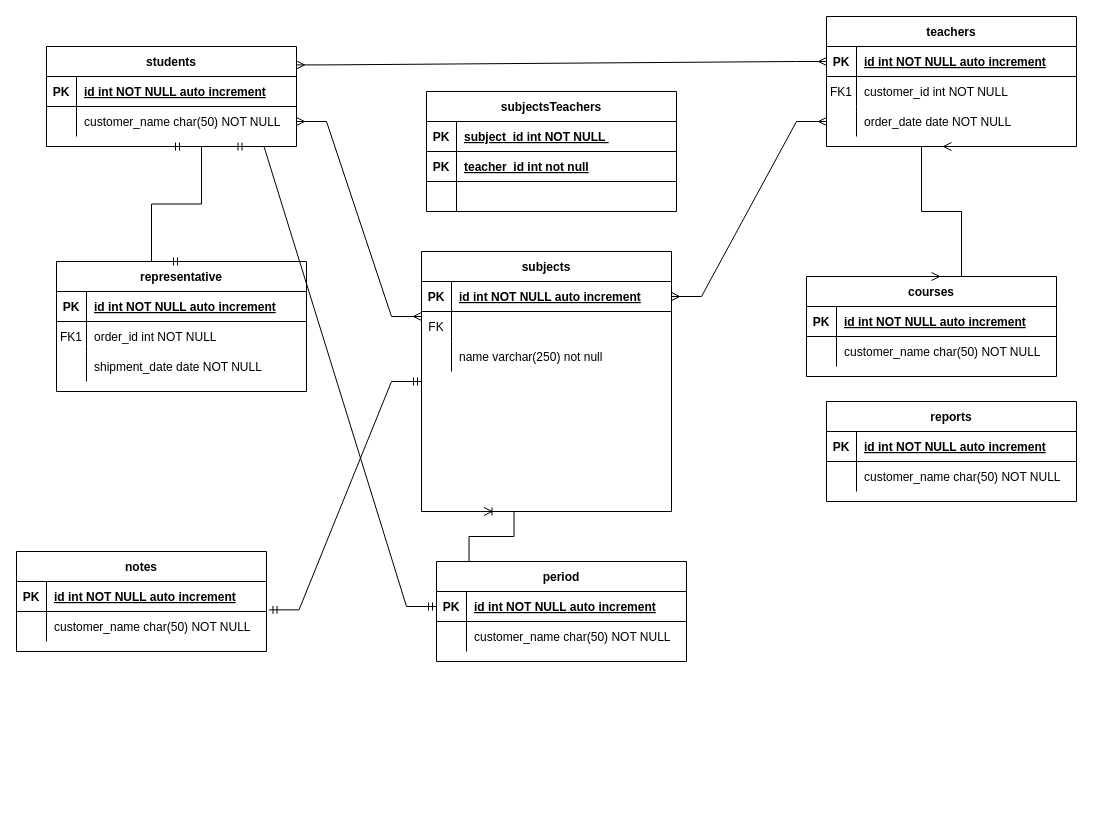
Before: Diagrama sin título.drawio in Fernando-Zhunio/gestion-registro, a draw.io diagram. Source tidied: cells renumbered, new cells numbered last; positions are measured from the earlier drawing's top-left corner, leaving out a move shared by most shapes. Both pictures are drawn from the tidied source at 100%, with x=0, y=0 at pixel (16, 16).
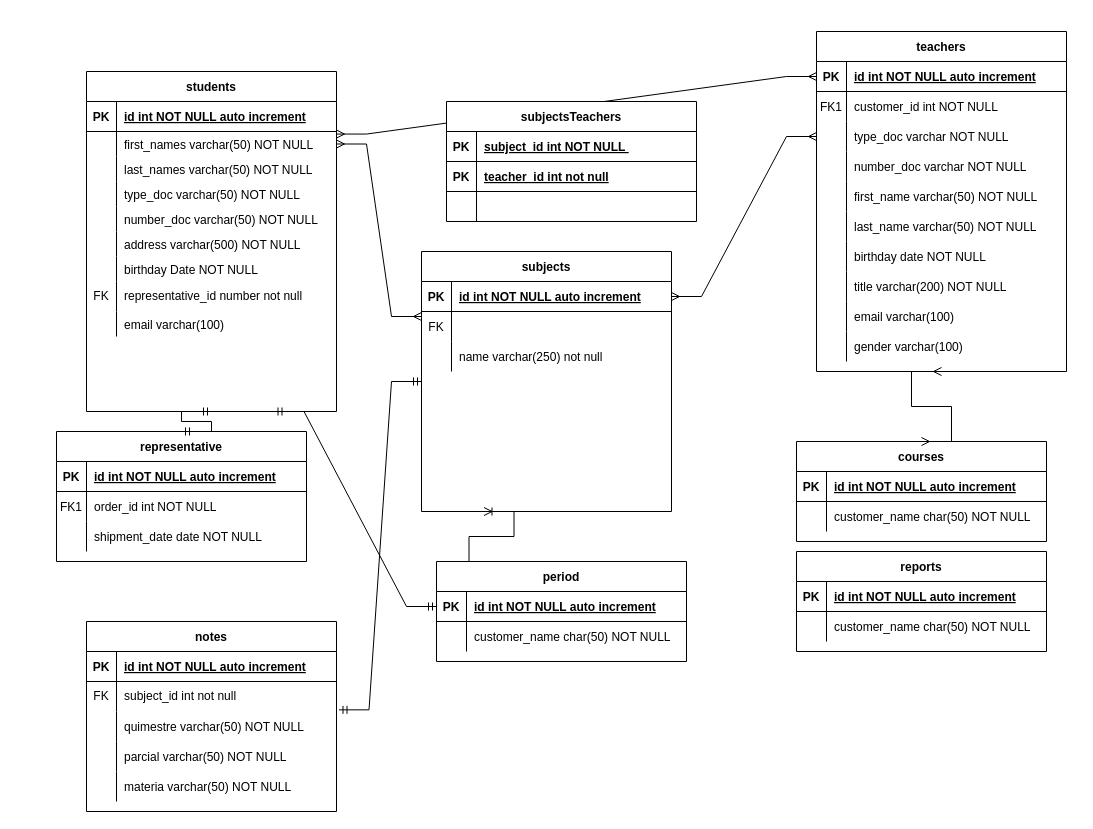
After the change.

The change refers to these unchanged cells:
```xml
<mxCell id="9" style="shape=partialRectangle;fillColor=none;points=[[0,0.5],[1,0.5]];portConstraint=eastwest;top=0;left=0;right=0;bottom=0;" parent="2" vertex="1">
  <mxGeometry y="90" width="250" height="30" as="geometry" />
</mxCell>
```

Change to the diagram source:
```diff
@@
     <mxCell id="2" value="teachers" style="shape=table;startSize=30;childLayout=tableLayout;rowLines=0;fontStyle=1;align=center;" parent="1" vertex="1">
-      <mxGeometry x="810" width="250" height="130" as="geometry" />
+      <mxGeometry x="800" y="15" width="250" height="340" as="geometry" />
     </mxCell>
@@
-    <mxCell id="11" value="order_date date NOT NULL" style="shape=partialRectangle;overflow=hidden;fillColor=none;top=0;left=0;bottom=0;right=0;align=left;spacingLeft=6;" parent="9" vertex="1">
+    <mxCell id="11" value="type_doc varchar NOT NULL" style="shape=partialRectangle;overflow=hidden;fillColor=none;top=0;left=0;bottom=0;right=0;align=left;spacingLeft=6;" parent="9" vertex="1">
       <mxGeometry x="30" width="220" height="30" as="geometry" />
     </mxCell>
+    <mxCell id="85" style="shape=partialRectangle;fillColor=none;top=0;left=0;right=0;bottom=0;" parent="2" vertex="1">
+      <mxGeometry y="120" width="250" height="30" as="geometry" />
+    </mxCell>
+    <mxCell id="86" style="shape=partialRectangle;overflow=hidden;fillColor=none;top=0;left=0;bottom=0;right=0;" parent="85" vertex="1">
+      <mxGeometry width="30" height="30" as="geometry" />
+    </mxCell>
+    <mxCell id="87" value="number_doc varchar NOT NULL" style="shape=partialRectangle;overflow=hidden;fillColor=none;top=0;left=0;bottom=0;right=0;align=left;spacingLeft=6;" parent="85" vertex="1">
+      <mxGeometry x="30" width="220" height="30" as="geometry" />
+    </mxCell>
+    <mxCell id="88" style="shape=partialRectangle;fillColor=none;top=0;left=0;right=0;bottom=0;" parent="2" vertex="1">
+      <mxGeometry y="150" width="250" height="30" as="geometry" />
+    </mxCell>
+    <mxCell id="89" style="shape=partialRectangle;overflow=hidden;fillColor=none;top=0;left=0;bottom=0;right=0;" parent="88" vertex="1">
+      <mxGeometry width="30" height="30" as="geometry" />
+    </mxCell>
+    <mxCell id="90" value="first_name varchar(50) NOT NULL" style="shape=partialRectangle;overflow=hidden;fillColor=none;top=0;left=0;bottom=0;right=0;align=left;spacingLeft=6;" parent="88" vertex="1">
+      <mxGeometry x="30" width="220" height="30" as="geometry" />
+    </mxCell>
+    <mxCell id="91" style="shape=partialRectangle;fillColor=none;top=0;left=0;right=0;bottom=0;" parent="2" vertex="1">
+      <mxGeometry y="180" width="250" height="30" as="geometry" />
+    </mxCell>
+    <mxCell id="92" style="shape=partialRectangle;overflow=hidden;fillColor=none;top=0;left=0;bottom=0;right=0;" parent="91" vertex="1">
+      <mxGeometry width="30" height="30" as="geometry" />
+    </mxCell>
+    <mxCell id="93" value="last_name varchar(50) NOT NULL" style="shape=partialRectangle;overflow=hidden;fillColor=none;top=0;left=0;bottom=0;right=0;align=left;spacingLeft=6;" parent="91" vertex="1">
+      <mxGeometry x="30" width="220" height="30" as="geometry" />
+    </mxCell>
+    <mxCell id="94" style="shape=partialRectangle;fillColor=none;top=0;left=0;right=0;bottom=0;" parent="2" vertex="1">
+      <mxGeometry y="210" width="250" height="30" as="geometry" />
+    </mxCell>
+    <mxCell id="95" style="shape=partialRectangle;overflow=hidden;fillColor=none;top=0;left=0;bottom=0;right=0;" parent="94" vertex="1">
+      <mxGeometry width="30" height="30" as="geometry" />
+    </mxCell>
+    <mxCell id="96" value="birthday date NOT NULL" style="shape=partialRectangle;overflow=hidden;fillColor=none;top=0;left=0;bottom=0;right=0;align=left;spacingLeft=6;" parent="94" vertex="1">
+      <mxGeometry x="30" width="220" height="30" as="geometry" />
+    </mxCell>
+    <mxCell id="97" style="shape=partialRectangle;fillColor=none;top=0;left=0;right=0;bottom=0;" parent="2" vertex="1">
+      <mxGeometry y="240" width="250" height="30" as="geometry" />
+    </mxCell>
+    <mxCell id="98" style="shape=partialRectangle;overflow=hidden;fillColor=none;top=0;left=0;bottom=0;right=0;" parent="97" vertex="1">
+      <mxGeometry width="30" height="30" as="geometry" />
+    </mxCell>
+    <mxCell id="99" value="title varchar(200) NOT NULL" style="shape=partialRectangle;overflow=hidden;fillColor=none;top=0;left=0;bottom=0;right=0;align=left;spacingLeft=6;" parent="97" vertex="1">
+      <mxGeometry x="30" width="220" height="30" as="geometry" />
+    </mxCell>
+    <mxCell id="100" style="shape=partialRectangle;fillColor=none;top=0;left=0;right=0;bottom=0;" parent="2" vertex="1">
+      <mxGeometry y="270" width="250" height="30" as="geometry" />
+    </mxCell>
+    <mxCell id="101" style="shape=partialRectangle;overflow=hidden;fillColor=none;top=0;left=0;bottom=0;right=0;" parent="100" vertex="1">
+      <mxGeometry width="30" height="30" as="geometry" />
+    </mxCell>
+    <mxCell id="102" value="email varchar(100)" style="shape=partialRectangle;overflow=hidden;fillColor=none;top=0;left=0;bottom=0;right=0;align=left;spacingLeft=6;" parent="100" vertex="1">
+      <mxGeometry x="30" width="220" height="30" as="geometry" />
+    </mxCell>
+    <mxCell id="103" style="shape=partialRectangle;fillColor=none;top=0;left=0;right=0;bottom=0;" parent="2" vertex="1">
+      <mxGeometry y="300" width="250" height="30" as="geometry" />
+    </mxCell>
+    <mxCell id="104" style="shape=partialRectangle;overflow=hidden;fillColor=none;top=0;left=0;bottom=0;right=0;" parent="103" vertex="1">
+      <mxGeometry width="30" height="30" as="geometry" />
+    </mxCell>
+    <mxCell id="105" value="gender varchar(100)" style="shape=partialRectangle;overflow=hidden;fillColor=none;top=0;left=0;bottom=0;right=0;align=left;spacingLeft=6;" parent="103" vertex="1">
+      <mxGeometry x="30" width="220" height="30" as="geometry" />
+    </mxCell>
     <mxCell id="12" value="representative" style="shape=table;startSize=30;childLayout=tableLayout;rowLines=0;fontStyle=1;align=center;" parent="1" vertex="1">
-      <mxGeometry x="40" y="245" width="250" height="130" as="geometry" />
+      <mxGeometry x="40" y="415" width="250" height="130" as="geometry" />
     </mxCell>
@@
     <mxCell id="22" value="students" style="shape=table;startSize=30;childLayout=tableLayout;rowLines=0;fontStyle=1;align=center;" parent="1" vertex="1">
-      <mxGeometry x="30" y="30" width="250" height="100" as="geometry" />
+      <mxGeometry x="70" y="55" width="250" height="340" as="geometry" />
     </mxCell>
@@
     <mxCell id="26" style="shape=partialRectangle;fillColor=none;points=[[0,0.5],[1,0.5]];portConstraint=eastwest;top=0;left=0;right=0;bottom=0;" parent="22" vertex="1">
-      <mxGeometry y="60" width="250" height="30" as="geometry" />
+      <mxGeometry y="60" width="250" height="25" as="geometry" />
     </mxCell>
     <mxCell id="27" style="shape=partialRectangle;overflow=hidden;fillColor=none;top=0;left=0;bottom=0;right=0;" parent="26" vertex="1">
-      <mxGeometry width="30" height="30" as="geometry" />
+      <mxGeometry width="30" height="25" as="geometry" />
     </mxCell>
-    <mxCell id="28" value="customer_name char(50) NOT NULL" style="shape=partialRectangle;overflow=hidden;fillColor=none;top=0;left=0;bottom=0;right=0;align=left;spacingLeft=6;" parent="26" vertex="1">
-      <mxGeometry x="30" width="220" height="30" as="geometry" />
+    <mxCell id="28" value="first_names varchar(50) NOT NULL" style="shape=partialRectangle;overflow=hidden;fillColor=none;top=0;left=0;bottom=0;right=0;align=left;spacingLeft=6;" parent="26" vertex="1">
+      <mxGeometry x="30" width="220" height="25" as="geometry" />
     </mxCell>
+    <mxCell id="106" style="shape=partialRectangle;fillColor=none;top=0;left=0;right=0;bottom=0;" parent="22" vertex="1">
+      <mxGeometry y="85" width="250" height="25" as="geometry" />
+    </mxCell>
+    <mxCell id="107" style="shape=partialRectangle;overflow=hidden;fillColor=none;top=0;left=0;bottom=0;right=0;" parent="106" vertex="1">
+      <mxGeometry width="30" height="25" as="geometry" />
+    </mxCell>
+    <mxCell id="108" value="last_names varchar(50) NOT NULL" style="shape=partialRectangle;overflow=hidden;fillColor=none;top=0;left=0;bottom=0;right=0;align=left;spacingLeft=6;" parent="106" vertex="1">
+      <mxGeometry x="30" width="220" height="25" as="geometry" />
+    </mxCell>
+    <mxCell id="109" style="shape=partialRectangle;fillColor=none;top=0;left=0;right=0;bottom=0;" parent="22" vertex="1">
+      <mxGeometry y="110" width="250" height="25" as="geometry" />
+    </mxCell>
+    <mxCell id="110" style="shape=partialRectangle;overflow=hidden;fillColor=none;top=0;left=0;bottom=0;right=0;" parent="109" vertex="1">
+      <mxGeometry width="30" height="25" as="geometry" />
+    </mxCell>
+    <mxCell id="111" value="type_doc varchar(50) NOT NULL" style="shape=partialRectangle;overflow=hidden;fillColor=none;top=0;left=0;bottom=0;right=0;align=left;spacingLeft=6;" parent="109" vertex="1">
+      <mxGeometry x="30" width="220" height="25" as="geometry" />
+    </mxCell>
+    <mxCell id="112" style="shape=partialRectangle;fillColor=none;top=0;left=0;right=0;bottom=0;" parent="22" vertex="1">
+      <mxGeometry y="135" width="250" height="25" as="geometry" />
+    </mxCell>
+    <mxCell id="113" style="shape=partialRectangle;overflow=hidden;fillColor=none;top=0;left=0;bottom=0;right=0;" parent="112" vertex="1">
+      <mxGeometry width="30" height="25" as="geometry" />
+    </mxCell>
+    <mxCell id="114" value="number_doc varchar(50) NOT NULL" style="shape=partialRectangle;overflow=hidden;fillColor=none;top=0;left=0;bottom=0;right=0;align=left;spacingLeft=6;" parent="112" vertex="1">
+      <mxGeometry x="30" width="220" height="25" as="geometry" />
+    </mxCell>
+    <mxCell id="115" style="shape=partialRectangle;fillColor=none;top=0;left=0;right=0;bottom=0;" parent="22" vertex="1">
+      <mxGeometry y="160" width="250" height="25" as="geometry" />
+    </mxCell>
+    <mxCell id="116" style="shape=partialRectangle;overflow=hidden;fillColor=none;top=0;left=0;bottom=0;right=0;" parent="115" vertex="1">
+      <mxGeometry width="30" height="25" as="geometry" />
+    </mxCell>
+    <mxCell id="117" value="address varchar(500) NOT NULL" style="shape=partialRectangle;overflow=hidden;fillColor=none;top=0;left=0;bottom=0;right=0;align=left;spacingLeft=6;" parent="115" vertex="1">
+      <mxGeometry x="30" width="220" height="25" as="geometry" />
+    </mxCell>
+    <mxCell id="118" style="shape=partialRectangle;fillColor=none;top=0;left=0;right=0;bottom=0;" parent="22" vertex="1">
+      <mxGeometry y="185" width="250" height="25" as="geometry" />
+    </mxCell>
+    <mxCell id="119" style="shape=partialRectangle;overflow=hidden;fillColor=none;top=0;left=0;bottom=0;right=0;" parent="118" vertex="1">
+      <mxGeometry width="30" height="25" as="geometry" />
+    </mxCell>
+    <mxCell id="120" value="birthday Date NOT NULL" style="shape=partialRectangle;overflow=hidden;fillColor=none;top=0;left=0;bottom=0;right=0;align=left;spacingLeft=6;" parent="118" vertex="1">
+      <mxGeometry x="30" width="220" height="25" as="geometry" />
+    </mxCell>
+    <mxCell id="121" style="shape=tableRow;horizontal=0;startSize=0;swimlaneHead=0;swimlaneBody=0;fillColor=none;top=0;left=0;right=0;bottom=0;" parent="22" vertex="1">
+      <mxGeometry y="210" width="250" height="30" as="geometry" />
+    </mxCell>
+    <mxCell id="122" value="FK" style="shape=partialRectangle;fillColor=none;top=0;left=0;bottom=0;right=0;fontStyle=0;overflow=hidden;whiteSpace=wrap;html=1;" parent="121" vertex="1">
+      <mxGeometry width="30" height="30" as="geometry" />
+    </mxCell>
+    <mxCell id="123" value="representative_id number not null" style="shape=partialRectangle;fillColor=none;top=0;left=0;bottom=0;right=0;align=left;spacingLeft=6;fontStyle=0;overflow=hidden;whiteSpace=wrap;html=1;" parent="121" vertex="1">
+      <mxGeometry x="30" width="220" height="30" as="geometry" />
+    </mxCell>
+    <mxCell id="124" style="shape=partialRectangle;fillColor=none;top=0;left=0;right=0;bottom=0;" parent="22" vertex="1">
+      <mxGeometry y="240" width="250" height="25" as="geometry" />
+    </mxCell>
+    <mxCell id="125" style="shape=partialRectangle;overflow=hidden;fillColor=none;top=0;left=0;bottom=0;right=0;" parent="124" vertex="1">
+      <mxGeometry width="30" height="25" as="geometry" />
+    </mxCell>
+    <mxCell id="126" value="email varchar(100) " style="shape=partialRectangle;overflow=hidden;fillColor=none;top=0;left=0;bottom=0;right=0;align=left;spacingLeft=6;" parent="124" vertex="1">
+      <mxGeometry x="30" width="220" height="25" as="geometry" />
+    </mxCell>
@@
     <mxCell id="39" value="courses" style="shape=table;startSize=30;childLayout=tableLayout;rowLines=0;fontStyle=1;align=center;" parent="1" vertex="1">
-      <mxGeometry x="790" y="260" width="250" height="100" as="geometry" />
+      <mxGeometry x="780" y="425" width="250" height="100" as="geometry" />
     </mxCell>
@@
     <mxCell id="46" value="reports" style="shape=table;startSize=30;childLayout=tableLayout;rowLines=0;fontStyle=1;align=center;" parent="1" vertex="1">
-      <mxGeometry x="810" y="385" width="250" height="100" as="geometry" />
+      <mxGeometry x="780" y="535" width="250" height="100" as="geometry" />
     </mxCell>
@@
     <mxCell id="60" value="notes" style="shape=table;startSize=30;childLayout=tableLayout;rowLines=0;fontStyle=1;align=center;" parent="1" vertex="1">
-      <mxGeometry y="535" width="250" height="100" as="geometry" />
+      <mxGeometry x="70" y="605" width="250" height="190" as="geometry" />
     </mxCell>
@@
+    <mxCell id="127" style="shape=tableRow;horizontal=0;startSize=0;swimlaneHead=0;swimlaneBody=0;fillColor=none;top=0;left=0;right=0;bottom=0;" parent="60" vertex="1">
+      <mxGeometry y="60" width="250" height="30" as="geometry" />
+    </mxCell>
+    <mxCell id="128" value="FK" style="shape=partialRectangle;fillColor=none;top=0;left=0;bottom=0;right=0;fontStyle=0;overflow=hidden;whiteSpace=wrap;html=1;" parent="127" vertex="1">
+      <mxGeometry width="30" height="30" as="geometry" />
+    </mxCell>
+    <mxCell id="129" value="subject_id int not null" style="shape=partialRectangle;fillColor=none;top=0;left=0;bottom=0;right=0;align=left;spacingLeft=6;fontStyle=0;overflow=hidden;whiteSpace=wrap;html=1;" parent="127" vertex="1">
+      <mxGeometry x="30" width="220" height="30" as="geometry" />
+    </mxCell>
     <mxCell id="64" style="shape=partialRectangle;fillColor=none;points=[[0,0.5],[1,0.5]];portConstraint=eastwest;top=0;left=0;right=0;bottom=0;" parent="60" vertex="1">
-      <mxGeometry y="60" width="250" height="30" as="geometry" />
+      <mxGeometry y="90" width="250" height="30" as="geometry" />
     </mxCell>
@@
-    <mxCell id="66" value="customer_name char(50) NOT NULL" style="shape=partialRectangle;overflow=hidden;fillColor=none;top=0;left=0;bottom=0;right=0;align=left;spacingLeft=6;" parent="64" vertex="1">
+    <mxCell id="66" value="quimestre varchar(50) NOT NULL" style="shape=partialRectangle;overflow=hidden;fillColor=none;top=0;left=0;bottom=0;right=0;align=left;spacingLeft=6;" parent="64" vertex="1">
       <mxGeometry x="30" width="220" height="30" as="geometry" />
     </mxCell>
+    <mxCell id="130" style="shape=partialRectangle;fillColor=none;top=0;left=0;right=0;bottom=0;" parent="60" vertex="1">
+      <mxGeometry y="120" width="250" height="30" as="geometry" />
+    </mxCell>
+    <mxCell id="131" style="shape=partialRectangle;overflow=hidden;fillColor=none;top=0;left=0;bottom=0;right=0;" parent="130" vertex="1">
+      <mxGeometry width="30" height="30" as="geometry" />
+    </mxCell>
+    <mxCell id="132" value="parcial varchar(50) NOT NULL" style="shape=partialRectangle;overflow=hidden;fillColor=none;top=0;left=0;bottom=0;right=0;align=left;spacingLeft=6;" parent="130" vertex="1">
+      <mxGeometry x="30" width="220" height="30" as="geometry" />
+    </mxCell>
+    <mxCell id="133" style="shape=partialRectangle;fillColor=none;top=0;left=0;right=0;bottom=0;" parent="60" vertex="1">
+      <mxGeometry y="150" width="250" height="30" as="geometry" />
+    </mxCell>
+    <mxCell id="134" style="shape=partialRectangle;overflow=hidden;fillColor=none;top=0;left=0;bottom=0;right=0;" parent="133" vertex="1">
+      <mxGeometry width="30" height="30" as="geometry" />
+    </mxCell>
+    <mxCell id="135" value="materia varchar(50) NOT NULL" style="shape=partialRectangle;overflow=hidden;fillColor=none;top=0;left=0;bottom=0;right=0;align=left;spacingLeft=6;" parent="133" vertex="1">
+      <mxGeometry x="30" width="220" height="30" as="geometry" />
+    </mxCell>
@@
     <mxCell id="75" value="subjectsTeachers" style="shape=table;startSize=30;childLayout=tableLayout;rowLines=0;fontStyle=1;align=center;" parent="1" vertex="1">
-      <mxGeometry x="410" y="75" width="250" height="120" as="geometry" />
+      <mxGeometry x="430" y="85" width="250" height="120" as="geometry" />
     </mxCell>
```
